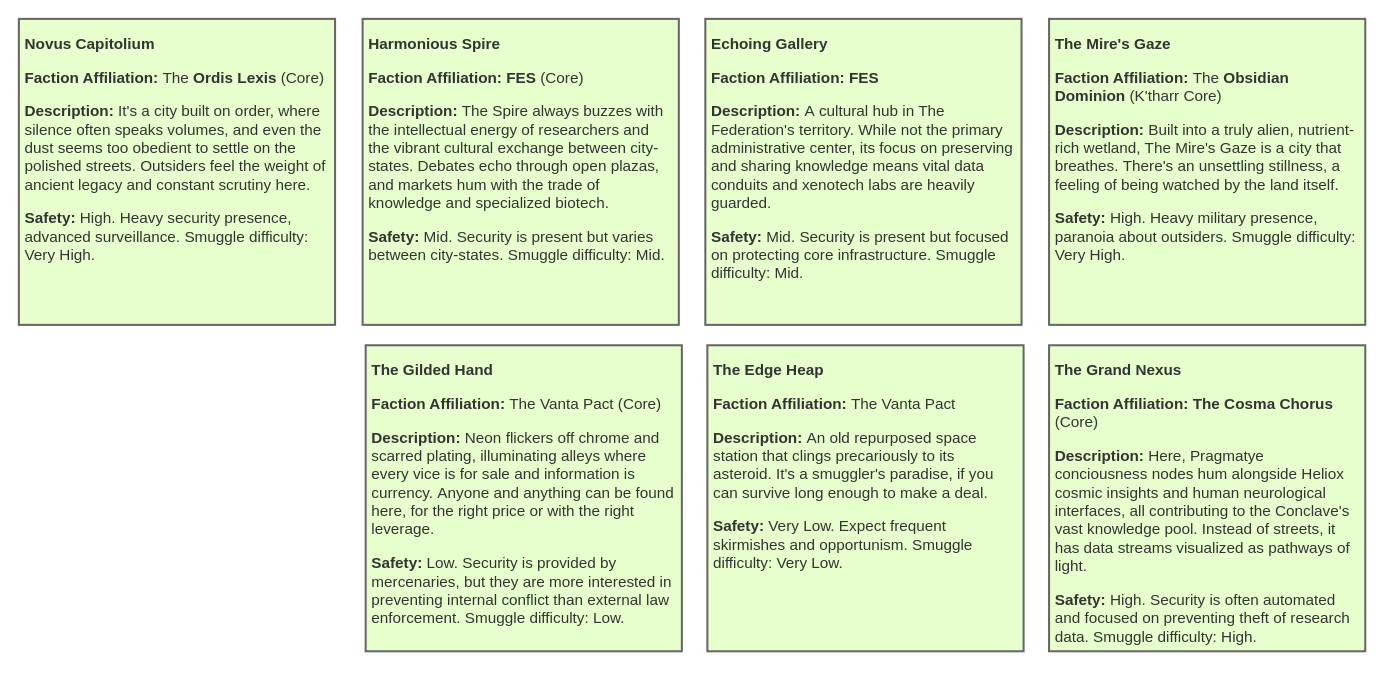
Before: page "Ports" (3 of 4) of designs/narrative texts.drawio in eerieA/game-nexarion, a draw.io diagram. Source tidied: cells renumbered, new cells numbered last; positions are measured from the earlier drawing's top-left corner, leaving out a move shared by most shapes. Both pictures are drawn from the tidied source at 102%, with x=0, y=0 at pixel (18, 18).
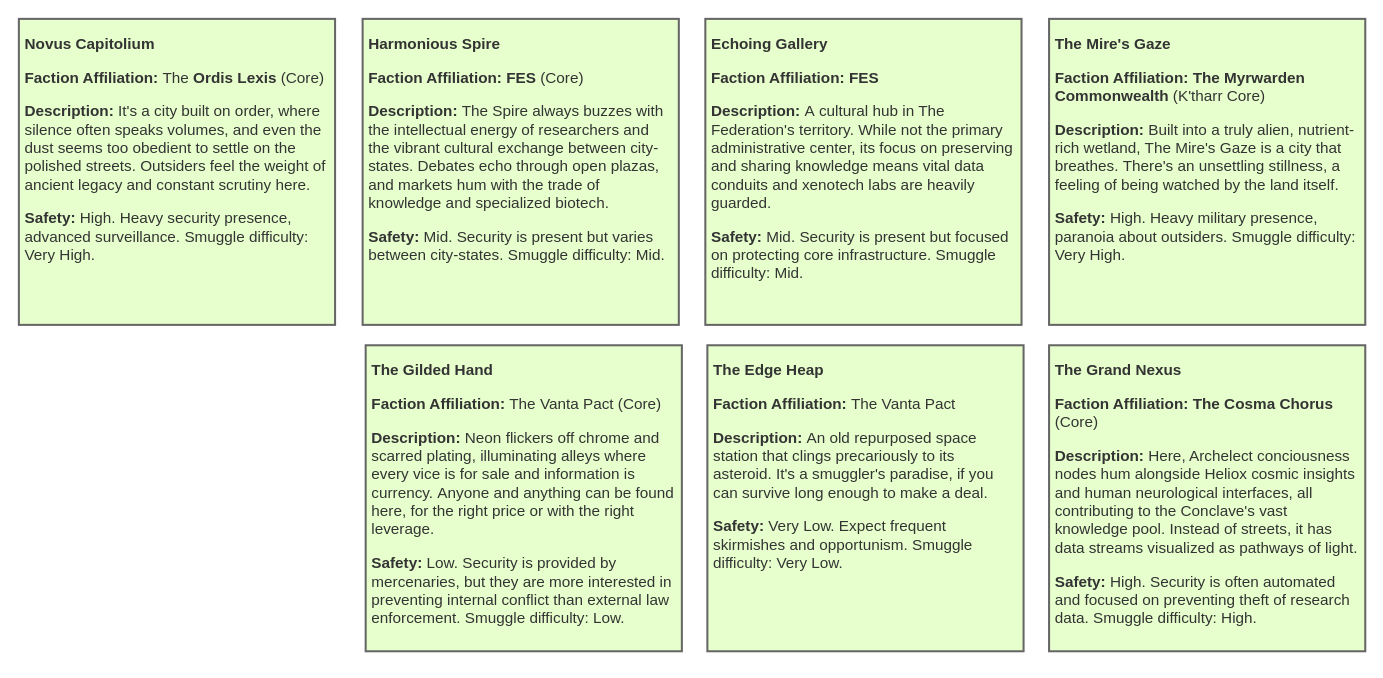
The same page after the edit.

The edit, as a diff of the source:
```diff
@@
 <mxGraphModel>
   <root>
     <mxCell id="0" />
     <mxCell id="1" parent="0" />
     <mxCell id="2" value="&lt;p&gt;&lt;strong&gt;Novus Capitolium&lt;/strong&gt;&lt;/p&gt;&lt;p&gt;&lt;strong&gt;Faction Affiliation:&lt;/strong&gt;&amp;nbsp;The &lt;strong&gt;Ordis Lexis&lt;/strong&gt; (Core)&lt;/p&gt;&lt;p&gt;&lt;b&gt;Description:&amp;nbsp;&lt;/b&gt;&lt;span style=&quot;background-color: transparent;&quot;&gt;It's a city built on order, where silence often speaks volumes, and even the dust seems too obedient to settle on the polished streets. Outsiders feel the weight of ancient legacy and constant scrutiny here.&lt;/span&gt;&lt;/p&gt;&lt;p&gt;&lt;strong&gt;Safety:&lt;/strong&gt;&amp;nbsp;High. Heavy security presence, advanced surveillance. Smuggle difficulty: Very High.&lt;/p&gt;" style="rounded=0;whiteSpace=wrap;html=1;fillColor=#E6FFCC;strokeColor=#666666;align=left;fontSize=15;verticalAlign=top;labelBackgroundColor=none;spacing=6;spacingTop=-10;strokeWidth=2;fontColor=#333333;" parent="1" vertex="1">
       <mxGeometry width="310" height="300" as="geometry" />
     </mxCell>
     <mxCell id="3" value="&lt;p&gt;&lt;strong&gt;Harmonious Spire&lt;/strong&gt;&lt;/p&gt;&lt;p&gt;&lt;strong&gt;Faction Affiliation:&lt;/strong&gt;&amp;nbsp;&lt;strong&gt;FES &lt;/strong&gt;(Core)&lt;/p&gt;&lt;p&gt;&lt;b&gt;Description: &lt;/b&gt;The Spire always&amp;nbsp;&lt;span style=&quot;background-color: transparent;&quot;&gt;buzzes with the intellectual energy of researchers and the vibrant cultural exchange between city-states.&amp;nbsp;&lt;/span&gt;&lt;span style=&quot;background-color: transparent;&quot;&gt;Debates echo through open plazas, and markets hum with the trade of knowledge and specialized biotech.&lt;/span&gt;&lt;/p&gt;&lt;p&gt;&lt;strong&gt;Safety:&lt;/strong&gt;&amp;nbsp;Mid. Security is present but varies between city-states. Smuggle difficulty: Mid.&lt;/p&gt;" style="rounded=0;whiteSpace=wrap;html=1;fillColor=#E6FFCC;strokeColor=#666666;align=left;fontSize=15;verticalAlign=top;labelBackgroundColor=none;spacing=6;spacingTop=-10;strokeWidth=2;fontColor=#333333;" parent="1" vertex="1">
       <mxGeometry x="337" width="310" height="300" as="geometry" />
     </mxCell>
     <mxCell id="4" value="&lt;p&gt;&lt;strong&gt;Echoing Gallery&lt;/strong&gt;&lt;/p&gt;&lt;p&gt;&lt;strong&gt;Faction Affiliation:&lt;/strong&gt;&amp;nbsp;&lt;strong&gt;FES&lt;/strong&gt;&lt;/p&gt;&lt;p&gt;&lt;b&gt;Description: &lt;/b&gt;A&lt;span style=&quot;background-color: transparent;&quot;&gt;&amp;nbsp;cultural hub in The Federation's territory.&amp;nbsp;&lt;/span&gt;&lt;span style=&quot;background-color: transparent;&quot;&gt;While not the primary administrative center, its focus on preserving and sharing knowledge means vital data conduits and xenotech labs are heavily guarded.&lt;/span&gt;&lt;/p&gt;&lt;p&gt;&lt;strong&gt;Safety:&lt;/strong&gt;&amp;nbsp;Mid. Security is present but focused on protecting core infrastructure. Smuggle difficulty: Mid.&lt;/p&gt;" style="rounded=0;whiteSpace=wrap;html=1;fillColor=#E6FFCC;strokeColor=#666666;align=left;fontSize=15;verticalAlign=top;labelBackgroundColor=none;spacing=6;spacingTop=-10;strokeWidth=2;fontColor=#333333;" parent="1" vertex="1">
       <mxGeometry x="673" width="310" height="300" as="geometry" />
     </mxCell>
-    <mxCell id="5" value="&lt;p&gt;&lt;strong&gt;The Mire's Gaze&lt;/strong&gt;&lt;/p&gt;&lt;p&gt;&lt;strong&gt;Faction Affiliation:&lt;/strong&gt;&amp;nbsp;The &lt;strong&gt;Obsidian Dominion &lt;/strong&gt;(K'tharr Core)&lt;/p&gt;&lt;p&gt;&lt;b&gt;Description:&amp;nbsp;&lt;/b&gt;&lt;span style=&quot;background-color: transparent;&quot;&gt;Built into a truly alien, nutrient-rich wetland, The Mire's Gaze is a city that breathes.&amp;nbsp;&lt;/span&gt;&lt;span style=&quot;background-color: transparent;&quot;&gt;There's an unsettling stillness, a feeling of being watched by the land itself.&lt;/span&gt;&lt;/p&gt;&lt;p&gt;&lt;strong&gt;Safety:&lt;/strong&gt;&amp;nbsp;High. Heavy military presence, paranoia about outsiders. Smuggle difficulty: Very High.&lt;/p&gt;" style="rounded=0;whiteSpace=wrap;html=1;fillColor=#E6FFCC;strokeColor=#666666;align=left;fontSize=15;verticalAlign=top;labelBackgroundColor=none;spacing=6;spacingTop=-10;strokeWidth=2;fontColor=#333333;" parent="1" vertex="1">
+    <mxCell id="5" value="&lt;p&gt;&lt;strong&gt;The Mire's Gaze&lt;/strong&gt;&lt;/p&gt;&lt;p&gt;&lt;strong&gt;Faction Affiliation:&lt;/strong&gt;&amp;nbsp;&lt;strong&gt;The Myrwarden Commonwealth &lt;/strong&gt;(K'tharr Core)&lt;/p&gt;&lt;p&gt;&lt;b&gt;Description:&amp;nbsp;&lt;/b&gt;&lt;span style=&quot;background-color: transparent;&quot;&gt;Built into a truly alien, nutrient-rich wetland, The Mire's Gaze is a city that breathes.&amp;nbsp;&lt;/span&gt;&lt;span style=&quot;background-color: transparent;&quot;&gt;There's an unsettling stillness, a feeling of being watched by the land itself.&lt;/span&gt;&lt;/p&gt;&lt;p&gt;&lt;strong&gt;Safety:&lt;/strong&gt;&amp;nbsp;High. Heavy military presence, paranoia about outsiders. Smuggle difficulty: Very High.&lt;/p&gt;" style="rounded=0;whiteSpace=wrap;html=1;fillColor=#E6FFCC;strokeColor=#666666;align=left;fontSize=15;verticalAlign=top;labelBackgroundColor=none;spacing=6;spacingTop=-10;strokeWidth=2;fontColor=#333333;" parent="1" vertex="1">
       <mxGeometry x="1010" width="310" height="300" as="geometry" />
     </mxCell>
     <mxCell id="6" value="&lt;p&gt;&lt;b&gt;The Gilded Hand&lt;/b&gt;&lt;/p&gt;&lt;p&gt;&lt;strong&gt;Faction Affiliation:&lt;/strong&gt;&amp;nbsp;The Vanta Pact (Core)&lt;/p&gt;&lt;p&gt;&lt;b&gt;Description:&amp;nbsp;&lt;/b&gt;&lt;span style=&quot;background-color: transparent;&quot;&gt;Neon flickers off chrome and scarred plating, illuminating alleys where every vice is for sale and information is currency.&amp;nbsp;&lt;/span&gt;&lt;span style=&quot;background-color: transparent;&quot;&gt;Anyone and anything can be found here, for the right price or with the right leverage.&lt;/span&gt;&lt;/p&gt;&lt;p&gt;&lt;strong&gt;Safety:&lt;/strong&gt;&amp;nbsp;Low. Security is provided by mercenaries, but they are more interested in preventing internal conflict than external law enforcement. Smuggle difficulty: Low.&lt;/p&gt;" style="rounded=0;whiteSpace=wrap;html=1;fillColor=#E6FFCC;strokeColor=#666666;align=left;fontSize=15;verticalAlign=top;labelBackgroundColor=none;spacing=6;spacingTop=-10;strokeWidth=2;fontColor=#333333;" parent="1" vertex="1">
       <mxGeometry x="340" y="320" width="310" height="300" as="geometry" />
     </mxCell>
     <mxCell id="7" value="&lt;p&gt;&lt;b&gt;The Edge Heap&lt;/b&gt;&lt;/p&gt;&lt;p&gt;&lt;strong&gt;Faction Affiliation:&lt;/strong&gt;&amp;nbsp;The Vanta Pact&lt;/p&gt;&lt;p&gt;&lt;b&gt;Description:&amp;nbsp;&lt;/b&gt;&lt;span style=&quot;background-color: transparent;&quot;&gt;An old repurposed space station that clings precariously to its asteroid.&amp;nbsp;&lt;/span&gt;&lt;span style=&quot;background-color: transparent;&quot;&gt;It's a smuggler's paradise, if you can survive long enough to make a deal.&lt;/span&gt;&lt;/p&gt;&lt;p&gt;&lt;strong&gt;Safety:&lt;/strong&gt;&amp;nbsp;Very Low. Expect frequent skirmishes and opportunism. Smuggle difficulty: Very Low.&lt;/p&gt;" style="rounded=0;whiteSpace=wrap;html=1;fillColor=#E6FFCC;strokeColor=#666666;align=left;fontSize=15;verticalAlign=top;labelBackgroundColor=none;spacing=6;spacingTop=-10;strokeWidth=2;fontColor=#333333;" parent="1" vertex="1">
       <mxGeometry x="675" y="320" width="310" height="300" as="geometry" />
     </mxCell>
-    <mxCell id="8" value="&lt;p&gt;&lt;strong&gt;The Grand Nexus&lt;/strong&gt;&lt;/p&gt;&lt;p&gt;&lt;strong&gt;Faction Affiliation:&lt;/strong&gt;&amp;nbsp;&lt;strong&gt;The Cosma Chorus&lt;/strong&gt; (Core)&lt;/p&gt;&lt;p&gt;&lt;b&gt;Description: &lt;/b&gt;H&lt;span style=&quot;background-color: transparent;&quot;&gt;ere, Pragmatye conciousness nodes hum alongside Heliox cosmic insights and human neurological interfaces, all contributing to the Conclave's vast knowledge pool. Instead of streets, i&lt;/span&gt;&lt;span style=&quot;background-color: transparent;&quot;&gt;t has data streams visualized as pathways of light.&lt;/span&gt;&lt;/p&gt;&lt;p&gt;&lt;strong&gt;Safety:&lt;/strong&gt;&amp;nbsp;High. Security is often automated and focused on preventing theft of research data. Smuggle difficulty: High.&lt;/p&gt;" style="rounded=0;whiteSpace=wrap;html=1;fillColor=#E6FFCC;strokeColor=#666666;align=left;fontSize=15;verticalAlign=top;labelBackgroundColor=none;spacing=6;spacingTop=-10;strokeWidth=2;fontColor=#333333;" parent="1" vertex="1">
+    <mxCell id="8" value="&lt;p&gt;&lt;strong&gt;The Grand Nexus&lt;/strong&gt;&lt;/p&gt;&lt;p&gt;&lt;strong&gt;Faction Affiliation:&lt;/strong&gt;&amp;nbsp;&lt;strong&gt;The Cosma Chorus&lt;/strong&gt; (Core)&lt;/p&gt;&lt;p&gt;&lt;b&gt;Description: &lt;/b&gt;H&lt;span style=&quot;background-color: transparent;&quot;&gt;ere, Archelect conciousness nodes hum alongside Heliox cosmic insights and human neurological interfaces, all contributing to the Conclave's vast knowledge pool. Instead of streets, i&lt;/span&gt;&lt;span style=&quot;background-color: transparent;&quot;&gt;t has data streams visualized as pathways of light.&lt;/span&gt;&lt;/p&gt;&lt;p&gt;&lt;strong&gt;Safety:&lt;/strong&gt;&amp;nbsp;High. Security is often automated and focused on preventing theft of research data. Smuggle difficulty: High.&lt;/p&gt;" style="rounded=0;whiteSpace=wrap;html=1;fillColor=#E6FFCC;strokeColor=#666666;align=left;fontSize=15;verticalAlign=top;labelBackgroundColor=none;spacing=6;spacingTop=-10;strokeWidth=2;fontColor=#333333;" parent="1" vertex="1">
       <mxGeometry x="1010" y="320" width="310" height="300" as="geometry" />
     </mxCell>
   </root>
 </mxGraphModel>
```
